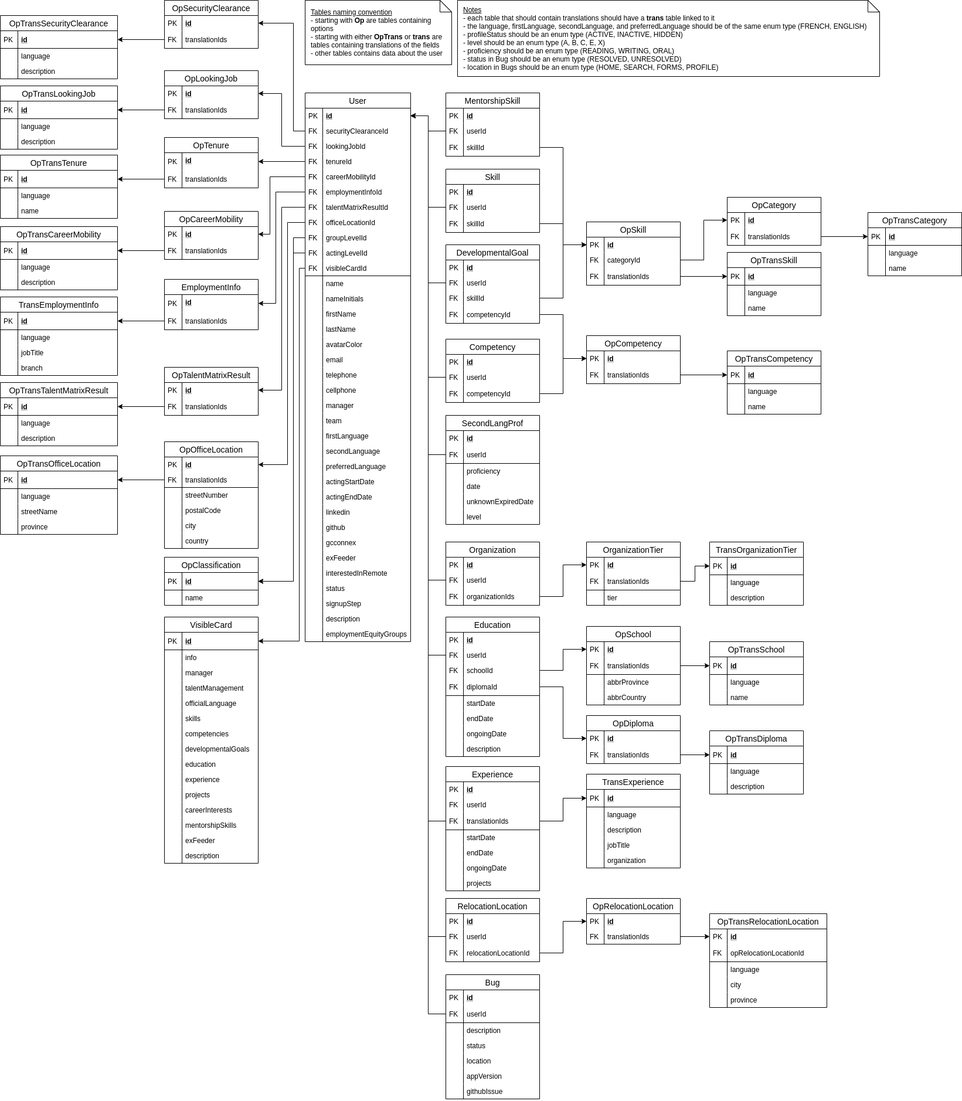
Earlier version of the draw.io export services/backend/src/docs/I-Talent database-v3 Relational Diagram.png (CDH-Studio/I-Talent). Source tidied: cells renumbered, new cells last; positions are measured from the earlier drawing's top-left corner, leaving out a move shared by most shapes.
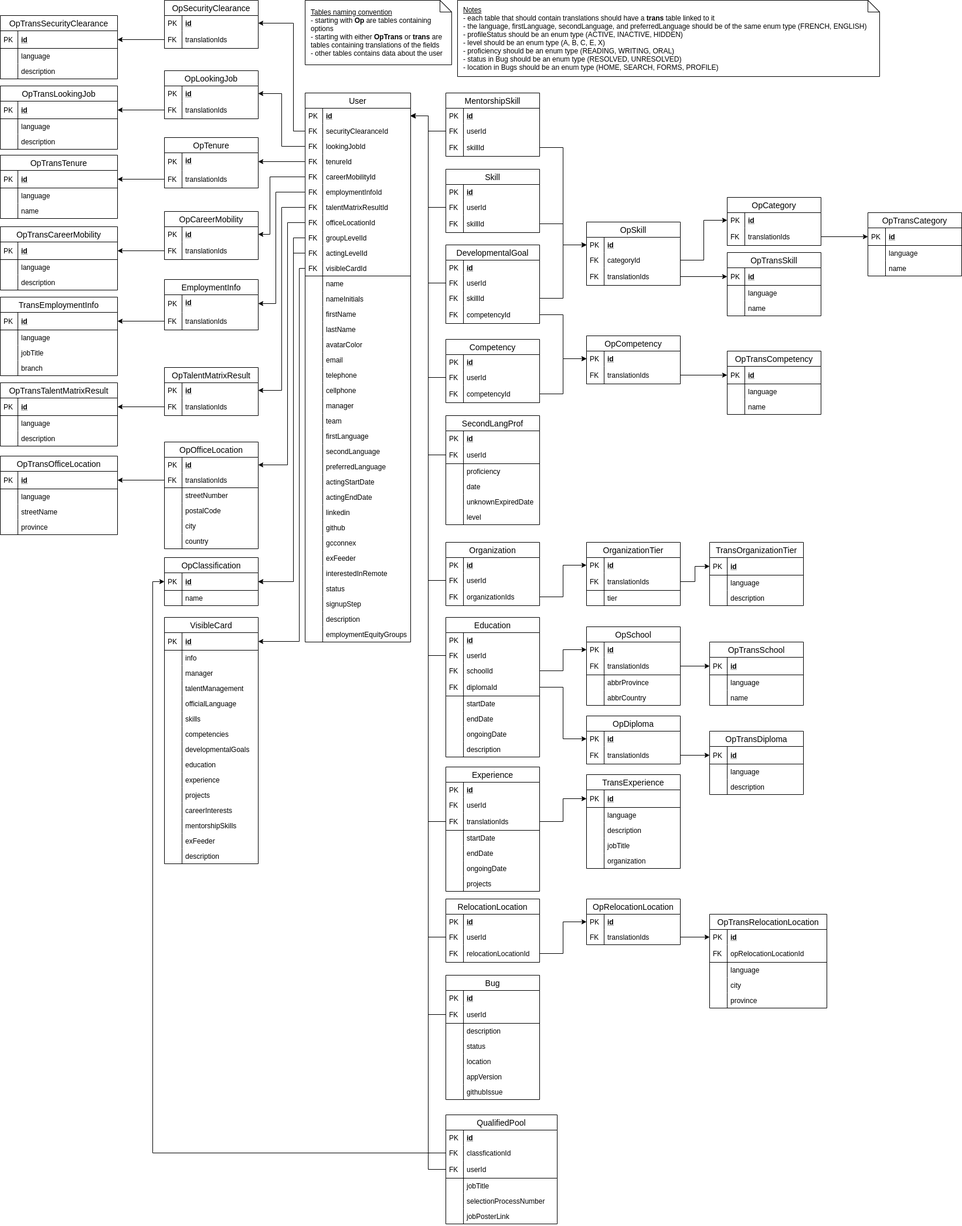
The same file after the commit.

Commit message:
Updated diagram, validator and API docs

Diff of the diagram source:
```diff
@@ -1425,5 +1425,50 @@
     <mxCell id="462" style="edgeStyle=orthogonalEdgeStyle;rounded=0;jettySize=auto;html=1;exitX=0;exitY=0.5;exitDx=0;exitDy=0;entryX=1;entryY=0.5;entryDx=0;entryDy=0;" parent="1" edge="1" source="450" target="42">
       <mxGeometry relative="1" as="geometry" />
     </mxCell>
+    <mxCell id="463" value="QualifiedPool" style="swimlane;fontStyle=0;horizontal=1;startSize=26;align=center;fontSize=14;" parent="1" vertex="1">
+      <mxGeometry x="760" y="1900" width="190" height="186" as="geometry" />
+    </mxCell>
+    <mxCell id="464" value="id" style="shape=partialRectangle;top=0;left=0;right=0;bottom=0;align=left;verticalAlign=top;fillColor=none;spacingLeft=34;spacingRight=4;overflow=hidden;fontSize=12;fontStyle=5;" parent="463" vertex="1">
+      <mxGeometry y="26" width="190" height="26" as="geometry" />
+    </mxCell>
+    <mxCell id="465" value="PK" style="shape=partialRectangle;top=0;left=0;bottom=0;fillColor=none;align=left;verticalAlign=top;spacingLeft=4;spacingRight=4;overflow=hidden;fontSize=12;" parent="464" vertex="1">
+      <mxGeometry width="30" height="26" as="geometry" />
+    </mxCell>
+    <mxCell id="466" value="classficationId" style="shape=partialRectangle;top=0;left=0;right=0;bottom=0;align=left;verticalAlign=top;fillColor=none;spacingLeft=34;spacingRight=4;overflow=hidden;points=[[0,0.5],[1,0.5]];portConstraint=eastwest;fontSize=12;fontStyle=0;" parent="463" vertex="1">
+      <mxGeometry y="52" width="190" height="26" as="geometry" />
+    </mxCell>
+    <mxCell id="467" value="FK" style="shape=partialRectangle;top=0;left=0;bottom=0;fillColor=none;align=left;verticalAlign=top;spacingLeft=4;spacingRight=4;overflow=hidden;fontSize=12;" parent="466" vertex="1">
+      <mxGeometry width="30" height="26" as="geometry" />
+    </mxCell>
+    <mxCell id="468" value="userId" style="shape=partialRectangle;top=0;left=0;right=0;bottom=1;align=left;verticalAlign=middle;fillColor=none;spacingLeft=34;spacingRight=4;overflow=hidden;points=[[0,0.5],[1,0.5]];portConstraint=eastwest;fontStyle=0;fontSize=12;" parent="463" vertex="1">
+      <mxGeometry y="78" width="190" height="30" as="geometry" />
+    </mxCell>
+    <mxCell id="469" value="FK" style="shape=partialRectangle;top=0;left=0;bottom=0;fillColor=none;align=left;verticalAlign=middle;spacingLeft=4;spacingRight=4;overflow=hidden;fontSize=12;" parent="468" vertex="1">
+      <mxGeometry width="30" height="30" as="geometry" />
+    </mxCell>
+    <mxCell id="470" value="jobTitle" style="shape=partialRectangle;top=0;left=0;right=0;bottom=0;align=left;verticalAlign=top;fillColor=none;spacingLeft=34;spacingRight=4;overflow=hidden;fontSize=12;" parent="463" vertex="1">
+      <mxGeometry y="108" width="190" height="26" as="geometry" />
+    </mxCell>
+    <mxCell id="471" style="shape=partialRectangle;top=0;left=0;bottom=0;fillColor=none;align=left;verticalAlign=top;spacingLeft=4;spacingRight=4;overflow=hidden;fontSize=12;" parent="470" vertex="1">
+      <mxGeometry width="30" height="26" as="geometry" />
+    </mxCell>
+    <mxCell id="472" value="selectionProcessNumber" style="shape=partialRectangle;top=0;left=0;right=0;bottom=0;align=left;verticalAlign=top;fillColor=none;spacingLeft=34;spacingRight=4;overflow=hidden;fontSize=12;" parent="463" vertex="1">
+      <mxGeometry y="134" width="190" height="26" as="geometry" />
+    </mxCell>
+    <mxCell id="473" style="shape=partialRectangle;top=0;left=0;bottom=0;fillColor=none;align=left;verticalAlign=top;spacingLeft=4;spacingRight=4;overflow=hidden;fontSize=12;" parent="472" vertex="1">
+      <mxGeometry width="30" height="26" as="geometry" />
+    </mxCell>
+    <mxCell id="474" value="jobPosterLink" style="shape=partialRectangle;top=0;left=0;right=0;bottom=0;align=left;verticalAlign=top;fillColor=none;spacingLeft=34;spacingRight=4;overflow=hidden;fontSize=12;" parent="463" vertex="1">
+      <mxGeometry y="160" width="190" height="26" as="geometry" />
+    </mxCell>
+    <mxCell id="475" style="shape=partialRectangle;top=0;left=0;bottom=0;fillColor=none;align=left;verticalAlign=top;spacingLeft=4;spacingRight=4;overflow=hidden;fontSize=12;" parent="474" vertex="1">
+      <mxGeometry width="30" height="26" as="geometry" />
+    </mxCell>
+    <mxCell id="476" style="edgeStyle=orthogonalEdgeStyle;rounded=0;jettySize=auto;html=1;exitX=0;exitY=0.5;exitDx=0;exitDy=0;" parent="1" edge="1" source="468" target="42">
+      <mxGeometry relative="1" as="geometry" />
+    </mxCell>
+    <mxCell id="477" style="edgeStyle=orthogonalEdgeStyle;rounded=0;jettySize=auto;html=1;exitX=0;exitY=0.5;exitDx=0;exitDy=0;entryX=0;entryY=0.5;entryDx=0;entryDy=0;" parent="1" edge="1" source="466" target="324">
+      <mxGeometry relative="1" as="geometry" />
+    </mxCell>
   </root>
 </mxGraphModel>
```
